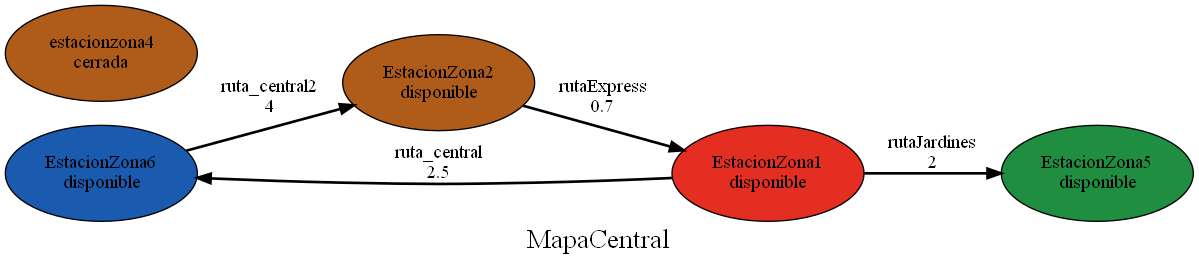
Before: Images/Ruta.gv.png, a diagram exported from Graphviz (AdrianMolina2000/-LF-Proyecto1). Its source is kept beside it as Images/Ruta.gv.
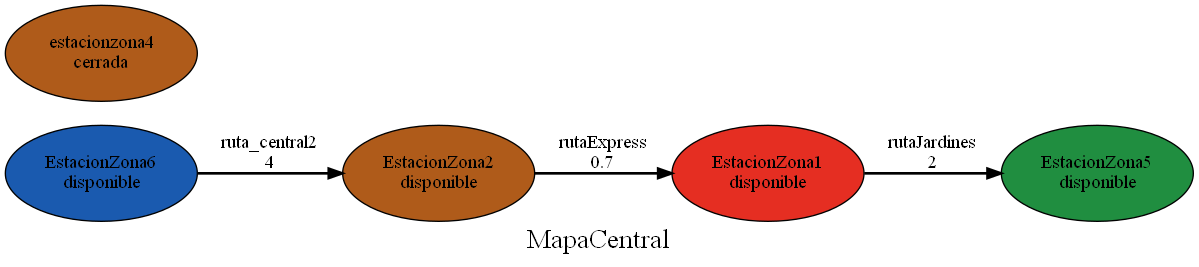
The same diagram one commit later.

Diff of the diagram source:
```diff
@@ -14,8 +14,6 @@
 	node [color=black fillcolor="#AF5B1A" fixedsize=true height=1 shape=oval style=filled width=2]
 	estacionzona4 [label="estacionzona4
 cerrada"]
-	estacionzona1 -> estacionzona6 [label="ruta_central
-2.5" style=bold]
 	estacionzona6 -> estacionzona2 [label="ruta_central2
 4" style=bold]
 	estacionzona2 -> estacionzona1 [label="rutaExpress
```
